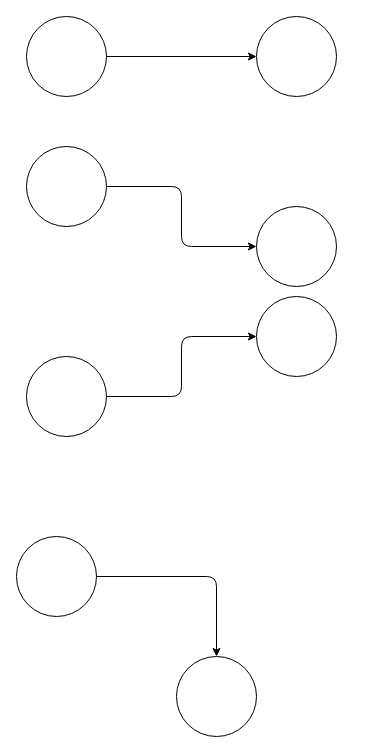
gev/reacthome-vision keeps this draw.io diagram as lib/ui/scheme/samples.drawio. Above is the earlier version. Source tidied: cells renumbered, new cells numbered last; positions are measured from the earlier drawing's top-left corner, leaving out a move shared by most shapes. Both pictures are drawn from the tidied source at 100%, with x=0, y=0 at pixel (16, 16).
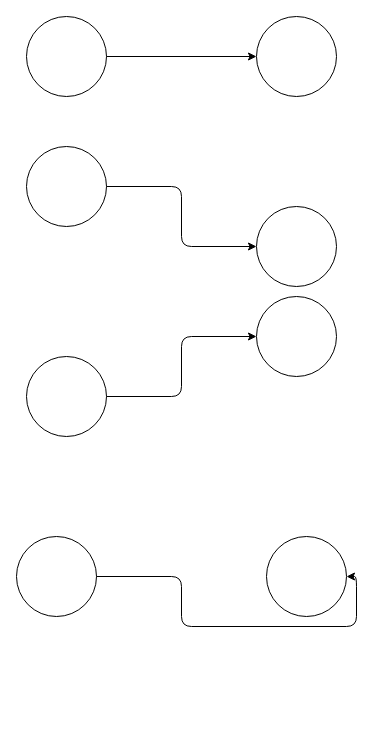
After the change.

The edit, as a diff of the source:
```diff
@@
 <mxGraphModel>
   <root>
     <mxCell id="0" />
     <mxCell id="1" parent="0" />
     <mxCell id="2" style="edgeStyle=orthogonalEdgeStyle;html=1;exitX=1;exitY=0.5;exitDx=0;exitDy=0;entryX=0;entryY=0.5;entryDx=0;entryDy=0;jumpStyle=none;elbow=vertical;" parent="1" edge="1" source="3" target="4">
       <mxGeometry relative="1" as="geometry" />
     </mxCell>
     <mxCell id="3" style="ellipse;whiteSpace=wrap;html=1;fillColor=none;" parent="1" vertex="1">
       <mxGeometry x="10" width="80" height="80" as="geometry" />
     </mxCell>
     <mxCell id="4" style="ellipse;whiteSpace=wrap;html=1;fillColor=none;" parent="1" vertex="1">
       <mxGeometry x="240" width="80" height="80" as="geometry" />
     </mxCell>
     <mxCell id="5" style="edgeStyle=orthogonalEdgeStyle;html=1;exitX=1;exitY=0.5;exitDx=0;exitDy=0;entryX=0;entryY=0.5;entryDx=0;entryDy=0;jumpStyle=none;elbow=vertical;" parent="1" edge="1" source="6" target="7">
       <mxGeometry relative="1" as="geometry" />
     </mxCell>
     <mxCell id="6" style="ellipse;whiteSpace=wrap;html=1;fillColor=none;" parent="1" vertex="1">
       <mxGeometry x="10" y="130" width="80" height="80" as="geometry" />
     </mxCell>
     <mxCell id="7" style="ellipse;whiteSpace=wrap;html=1;fillColor=none;" parent="1" vertex="1">
       <mxGeometry x="240" y="190" width="80" height="80" as="geometry" />
     </mxCell>
     <mxCell id="8" style="edgeStyle=orthogonalEdgeStyle;html=1;exitX=1;exitY=0.5;exitDx=0;exitDy=0;entryX=0;entryY=0.5;entryDx=0;entryDy=0;jumpStyle=none;elbow=vertical;" parent="1" edge="1" source="9" target="10">
       <mxGeometry relative="1" as="geometry" />
     </mxCell>
     <mxCell id="9" style="ellipse;whiteSpace=wrap;html=1;fillColor=none;" parent="1" vertex="1">
       <mxGeometry x="10" y="340" width="80" height="80" as="geometry" />
     </mxCell>
     <mxCell id="10" style="ellipse;whiteSpace=wrap;html=1;fillColor=none;" parent="1" vertex="1">
       <mxGeometry x="240" y="280" width="80" height="80" as="geometry" />
     </mxCell>
-    <mxCell id="11" style="edgeStyle=orthogonalEdgeStyle;html=1;exitX=1;exitY=0.5;exitDx=0;exitDy=0;entryX=0.5;entryY=0;entryDx=0;entryDy=0;" parent="1" edge="1" source="12" target="13">
+    <mxCell id="11" style="edgeStyle=orthogonalEdgeStyle;html=1;exitX=1;exitY=0.5;exitDx=0;exitDy=0;entryX=1;entryY=0.5;entryDx=0;entryDy=0;" parent="1" edge="1" source="12" target="13">
       <mxGeometry relative="1" as="geometry" />
     </mxCell>
     <mxCell id="12" style="ellipse;whiteSpace=wrap;html=1;fillColor=none;" parent="1" vertex="1">
       <mxGeometry y="520" width="80" height="80" as="geometry" />
     </mxCell>
     <mxCell id="13" style="ellipse;whiteSpace=wrap;html=1;fillColor=none;" parent="1" vertex="1">
-      <mxGeometry x="160" y="640" width="80" height="80" as="geometry" />
+      <mxGeometry x="250" y="520" width="80" height="80" as="geometry" />
     </mxCell>
   </root>
 </mxGraphModel>
```
